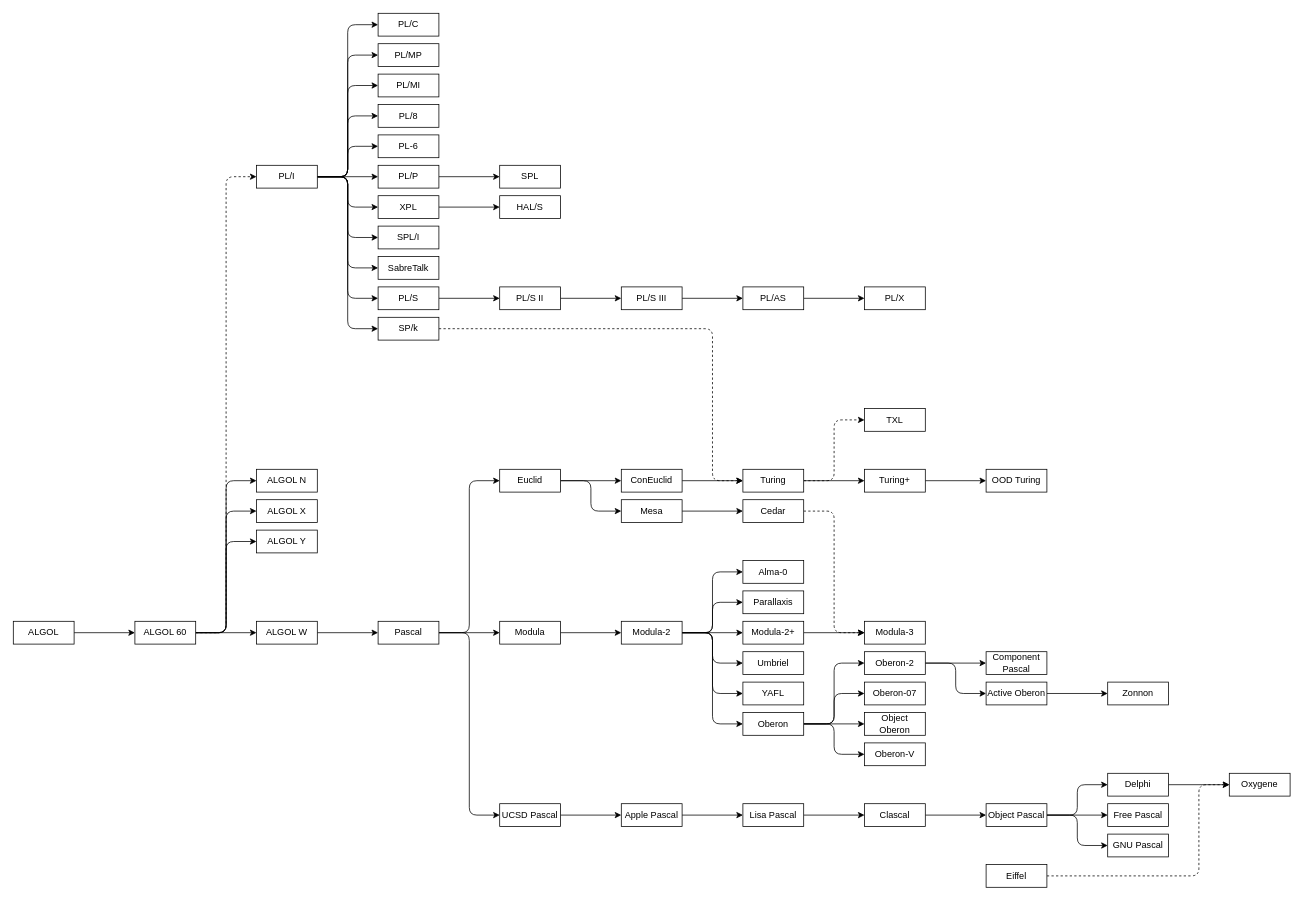
This is pltree.drawio from lexitoria/pltree, a draw.io file, before an edit. Source tidied: cells renumbered, new cells numbered last; positions are measured from the earlier drawing's top-left corner, leaving out a move shared by most shapes. Both pictures are drawn from the tidied source at 76%, with x=0, y=0 at pixel (13, 13).
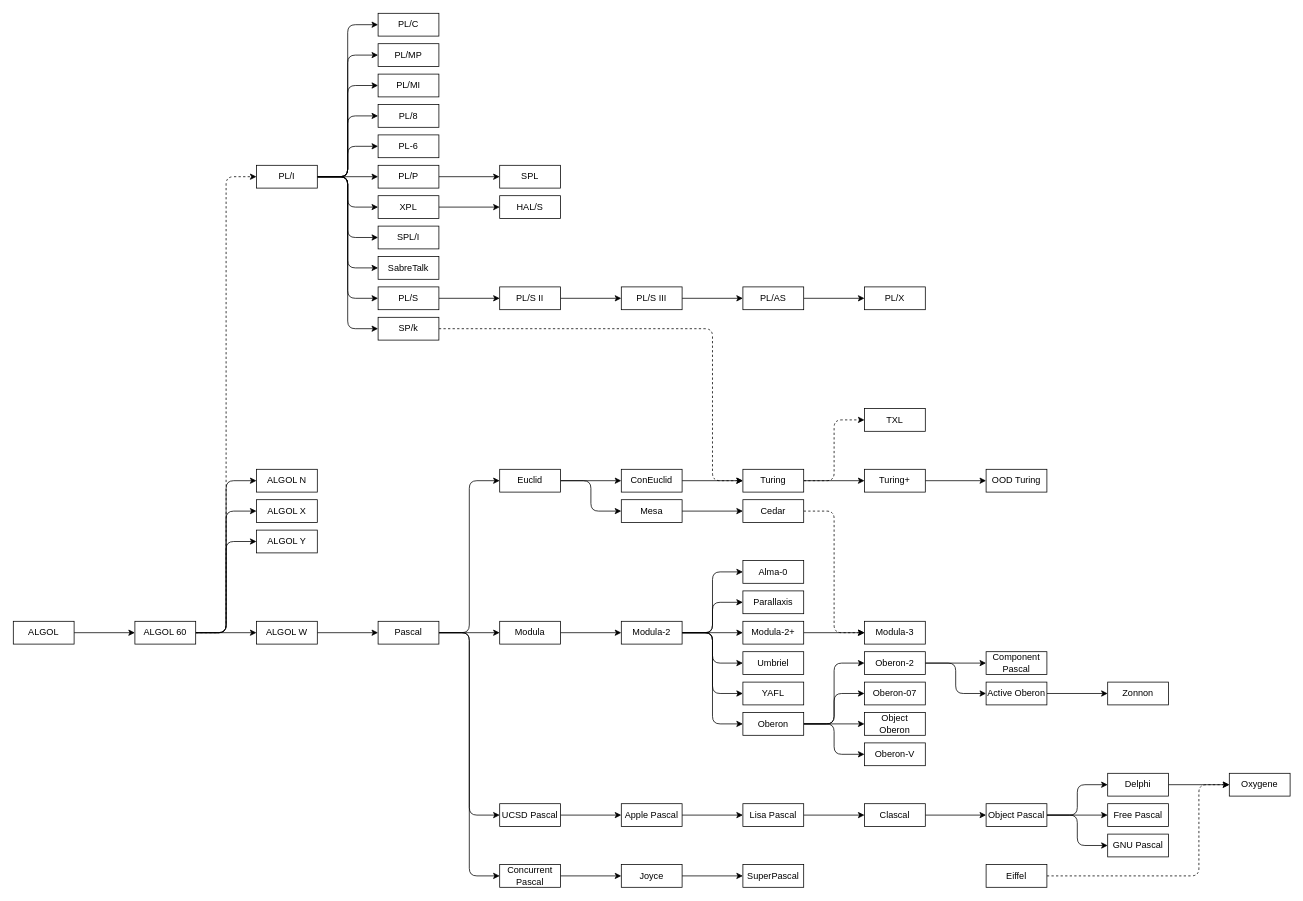
The same page after the edit.

Commit message:
Extend Pascal tree

Unchanged cells that the change refers to:
```xml
<mxCell id="18" value="Pascal" style="rounded=0;whiteSpace=wrap;html=1;" parent="1" vertex="1">
  <mxGeometry x="480" y="800" width="80" height="30" as="geometry" />
</mxCell>
```

The edit, as a diff of the source:
```diff
@@
+    <mxCell id="121" style="edgeStyle=orthogonalEdgeStyle;jettySize=auto;html=1;exitX=1;exitY=0.5;exitDx=0;exitDy=0;entryX=0;entryY=0.5;entryDx=0;entryDy=0;fontFamily=Helvetica;fontSize=12;fontColor=default;" parent="1" edge="1" source="18" target="123">
+      <mxGeometry relative="1" as="geometry" />
+    </mxCell>
@@
+    <mxCell id="122" style="edgeStyle=orthogonalEdgeStyle;jettySize=auto;html=1;exitX=1;exitY=0.5;exitDx=0;exitDy=0;entryX=0;entryY=0.5;entryDx=0;entryDy=0;fontFamily=Helvetica;fontSize=12;fontColor=default;" parent="1" edge="1" source="123" target="125">
+      <mxGeometry relative="1" as="geometry" />
+    </mxCell>
+    <mxCell id="123" value="Concurrent Pascal" style="rounded=0;whiteSpace=wrap;html=1;" parent="1" vertex="1">
+      <mxGeometry x="640" y="1120" width="80" height="30" as="geometry" />
+    </mxCell>
+    <mxCell id="124" style="edgeStyle=orthogonalEdgeStyle;jettySize=auto;html=1;exitX=1;exitY=0.5;exitDx=0;exitDy=0;entryX=0;entryY=0.5;entryDx=0;entryDy=0;fontFamily=Helvetica;fontSize=12;fontColor=default;" parent="1" edge="1" source="125" target="126">
+      <mxGeometry relative="1" as="geometry" />
+    </mxCell>
+    <mxCell id="125" value="Joyce" style="rounded=0;whiteSpace=wrap;html=1;" parent="1" vertex="1">
+      <mxGeometry x="800" y="1120" width="80" height="30" as="geometry" />
+    </mxCell>
+    <mxCell id="126" value="SuperPascal" style="rounded=0;whiteSpace=wrap;html=1;" parent="1" vertex="1">
+      <mxGeometry x="960" y="1120" width="80" height="30" as="geometry" />
+    </mxCell>
```
